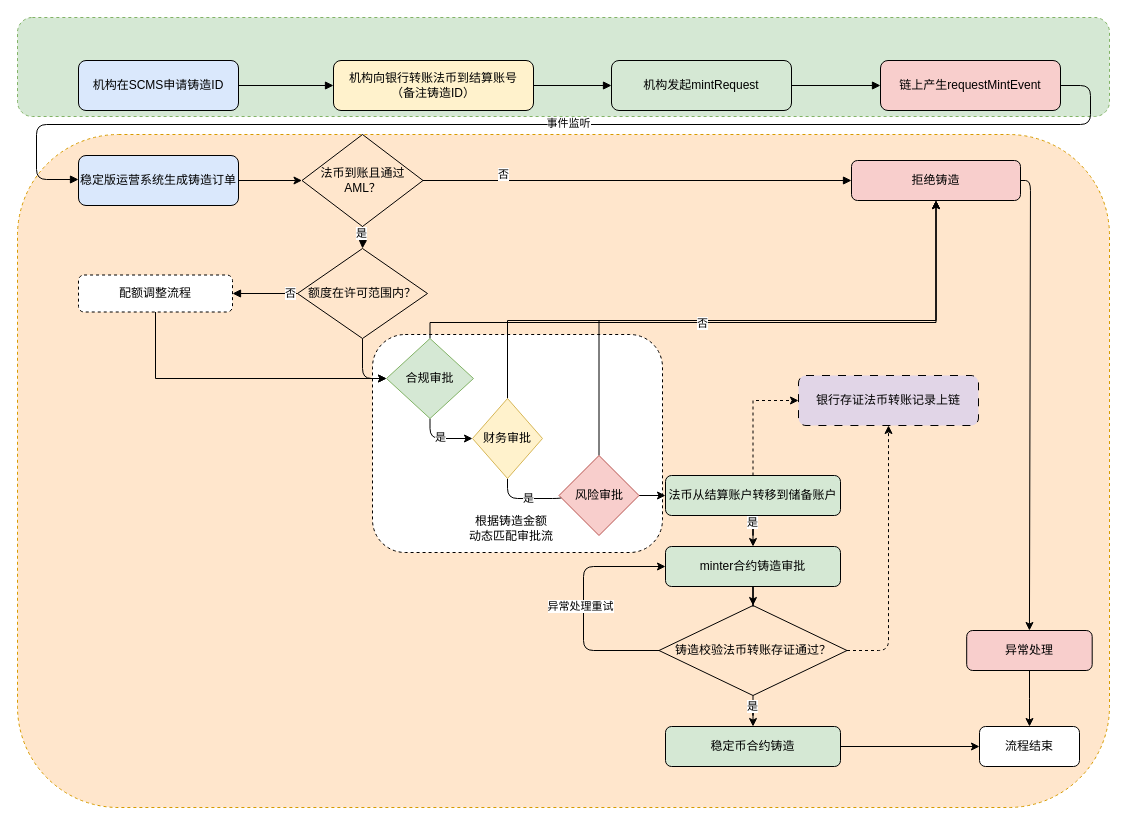
Earlier version of the draw.io diagram mint.drawio (mingzhenliu/doc). Source tidied: cells renumbered, new cells numbered last; positions are measured from the earlier drawing's top-left corner, leaving out a move shared by most shapes. Both pictures are drawn from the tidied source at 100%, with x=0, y=0 at pixel (17, 17).
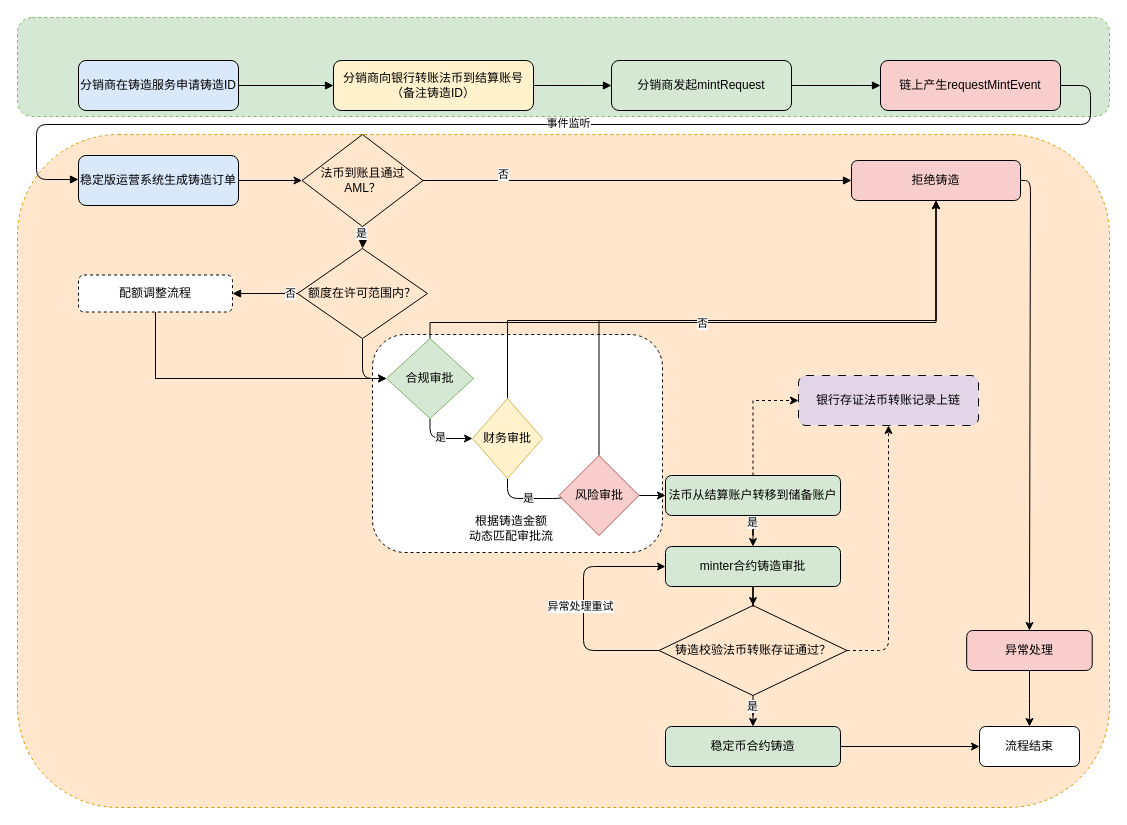
After the change.

The edit, as a diff of the source:
```diff
@@
-    <mxCell id="6" value="机构在SCMS申请铸造ID" style="rounded=1;whiteSpace=wrap;html=1;fillColor=#dae8fc;flipH=0;" parent="1" vertex="1">
+    <mxCell id="6" value="分销商在铸造服务申请铸造ID" style="rounded=1;whiteSpace=wrap;html=1;fillColor=#dae8fc;flipH=0;" parent="1" vertex="1">
       <mxGeometry x="61" y="43" width="160" height="50" as="geometry" />
     </mxCell>
-    <mxCell id="7" value="机构向银行转账法币到结算账号&lt;div&gt;（备注铸造ID）&lt;/div&gt;" style="rounded=1;whiteSpace=wrap;html=1;fillColor=#fff2cc;flipH=0;" parent="1" vertex="1">
+    <mxCell id="7" value="分销商向银行转账法币到结算账号&lt;div&gt;（备注铸造ID）&lt;/div&gt;" style="rounded=1;whiteSpace=wrap;html=1;fillColor=#fff2cc;flipH=0;" parent="1" vertex="1">
       <mxGeometry x="316" y="43" width="200" height="50" as="geometry" />
     </mxCell>
@@
-    <mxCell id="9" value="机构发起mintRequest" style="rounded=1;whiteSpace=wrap;html=1;fillColor=#d5e8d4;flipH=0;" parent="1" vertex="1">
+    <mxCell id="9" value="分销商发起mintRequest" style="rounded=1;whiteSpace=wrap;html=1;fillColor=#d5e8d4;flipH=0;" parent="1" vertex="1">
       <mxGeometry x="594" y="43" width="180" height="50" as="geometry" />
     </mxCell>
```
